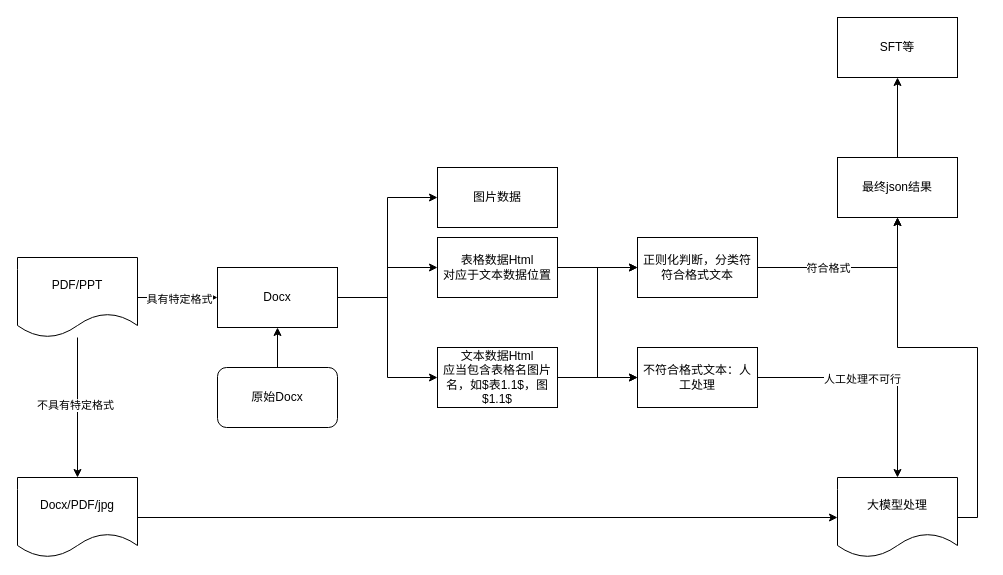
Before: Untitled Diagram.drawio in wqxwwxy/exmple, a draw.io diagram. Source tidied: cells renumbered, new cells numbered last; positions are measured from the earlier drawing's top-left corner, leaving out a move shared by most shapes. Both pictures are drawn from the tidied source at 100%, with x=0, y=0 at pixel (17, 17).
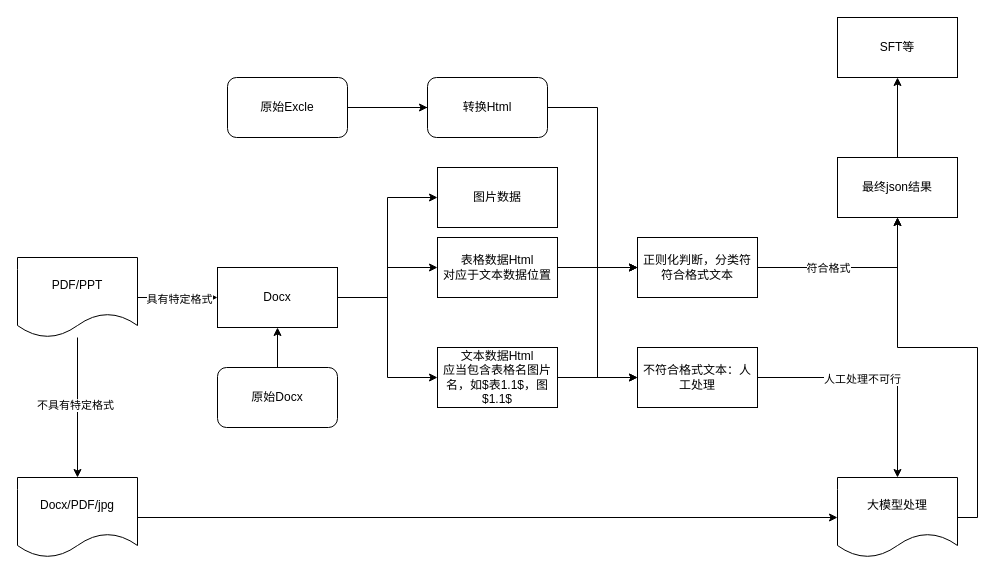
The same diagram, later.

Unchanged cells that the change refers to:
```xml
<mxCell id="26" value="正则化判断，分类符符合格式文本" style="whiteSpace=wrap;html=1;" parent="1" vertex="1">
  <mxGeometry x="620" y="220" width="120" height="60" as="geometry" />
</mxCell>
```

What changed in the source:
```diff
@@
+    <mxCell id="33" style="edgeStyle=orthogonalEdgeStyle;rounded=0;jettySize=auto;html=1;exitX=1;exitY=0.5;exitDx=0;exitDy=0;entryX=0;entryY=0.5;entryDx=0;entryDy=0;" parent="1" edge="1" source="35" target="26">
+      <mxGeometry relative="1" as="geometry">
+        <Array as="points">
+          <mxPoint x="580" y="90" />
+          <mxPoint x="580" y="250" />
+        </Array>
+      </mxGeometry>
+    </mxCell>
+    <mxCell id="34" style="edgeStyle=orthogonalEdgeStyle;rounded=0;jettySize=auto;html=1;" parent="1" edge="1" source="35" target="36">
+      <mxGeometry relative="1" as="geometry" />
+    </mxCell>
+    <mxCell id="35" value="原始Excle" style="rounded=1;whiteSpace=wrap;html=1;" parent="1" vertex="1">
+      <mxGeometry x="210" y="60" width="120" height="60" as="geometry" />
+    </mxCell>
+    <mxCell id="36" value="转换Html" style="rounded=1;whiteSpace=wrap;html=1;" parent="1" vertex="1">
+      <mxGeometry x="410" y="60" width="120" height="60" as="geometry" />
+    </mxCell>
```
